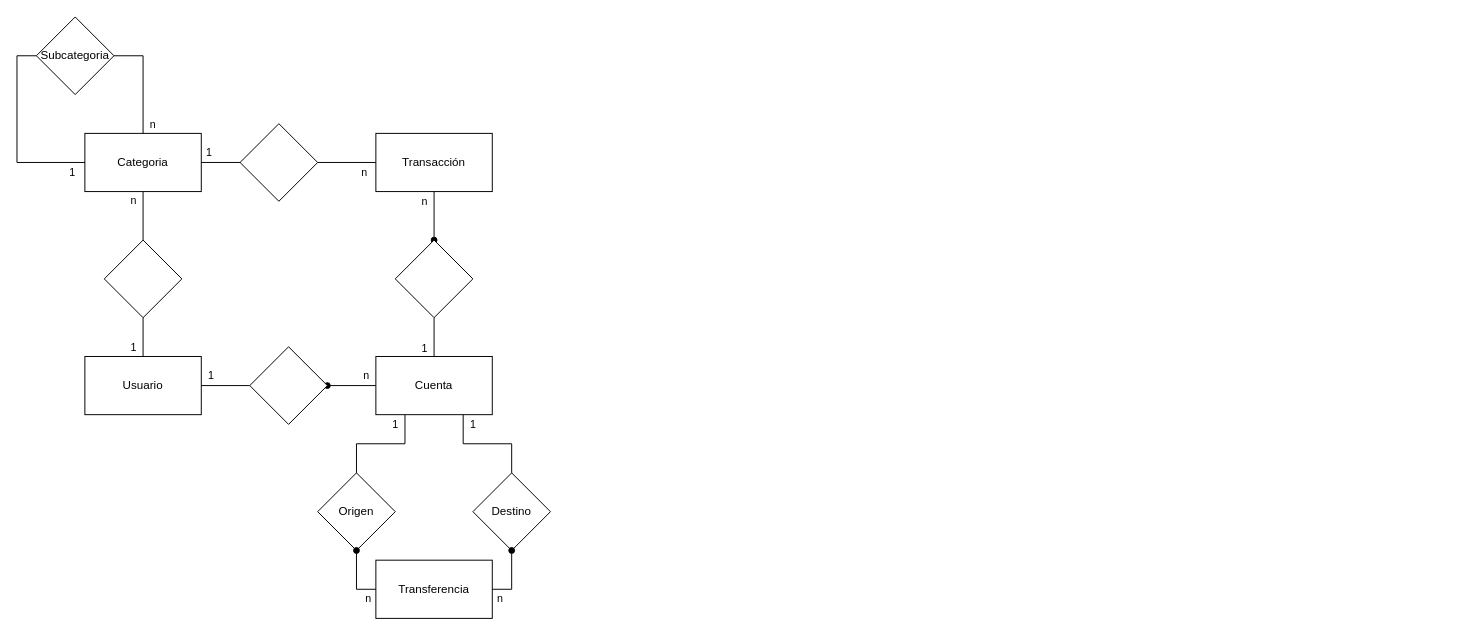
Nicolass2001/secret-project keeps this draw.io diagram as data-base.drawio. Above is the earlier version. Source tidied: cells renumbered, new cells numbered last; positions are measured from the earlier drawing's top-left corner, leaving out a move shared by most shapes. Both pictures are drawn from the tidied source at 97%, with x=0, y=0 at pixel (36, 16).
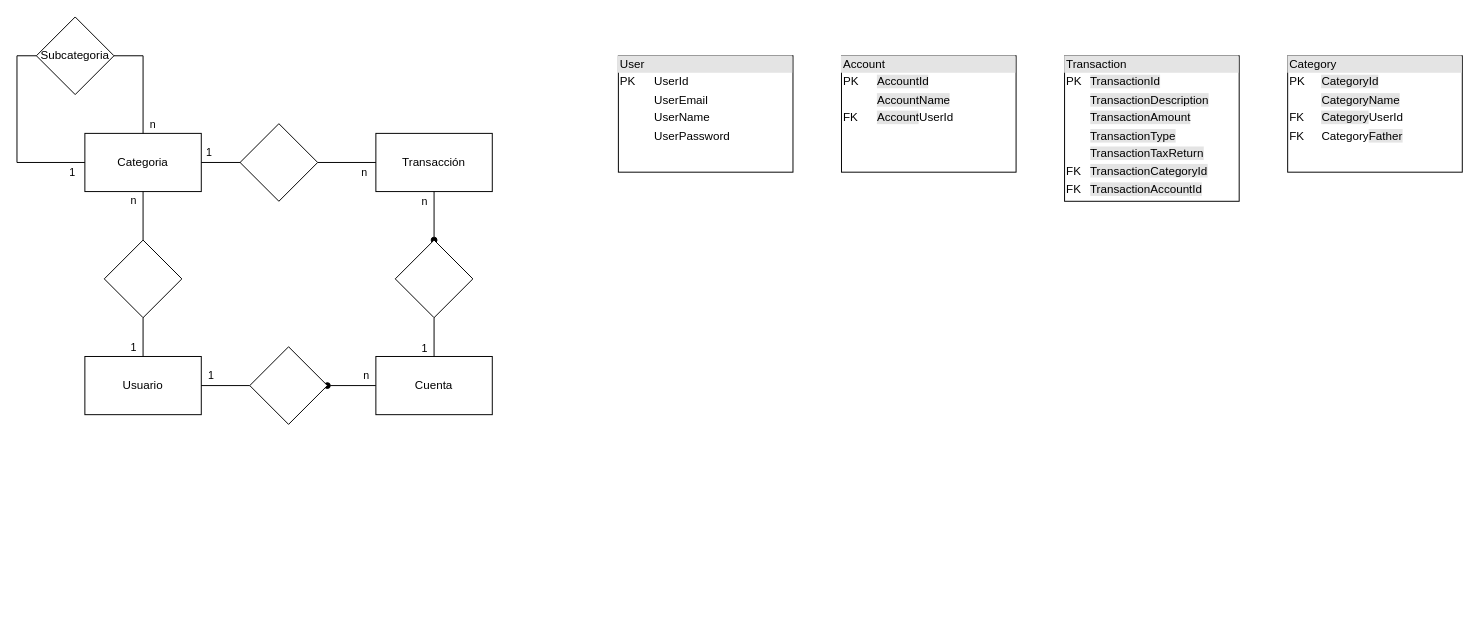
The same page after the edit.

The change refers to these unchanged cells:
```xml
<mxCell id="4" value="Cuenta" style="rounded=0;whiteSpace=wrap;html=1;" parent="1" vertex="1">
  <mxGeometry x="350" y="350" width="120" height="60" as="geometry" />
</mxCell>
```

The edit, as a diff of the source:
```diff
@@
-    <mxCell id="11" value="Transferencia" style="rounded=0;whiteSpace=wrap;html=1;" parent="1" vertex="1">
-      <mxGeometry x="350" y="560" width="120" height="60" as="geometry" />
-    </mxCell>
-    <mxCell id="12" value="Origen" style="rhombus;whiteSpace=wrap;html=1;" parent="1" vertex="1">
-      <mxGeometry x="290" y="470" width="80" height="80" as="geometry" />
-    </mxCell>
-    <mxCell id="13" value="n" style="edgeStyle=orthogonalEdgeStyle;rounded=0;jettySize=auto;html=1;endArrow=oval;endFill=1;entryX=0.5;entryY=1;entryDx=0;entryDy=0;exitX=0;exitY=0.5;exitDx=0;exitDy=0;" parent="1" edge="1" source="11" target="12">
-      <mxGeometry x="-0.75" y="10" relative="1" as="geometry" />
-    </mxCell>
-    <mxCell id="14" value="1" style="edgeStyle=orthogonalEdgeStyle;rounded=0;jettySize=auto;html=1;endArrow=none;endFill=0;entryX=0.25;entryY=1;entryDx=0;entryDy=0;exitX=0.5;exitY=0;exitDx=0;exitDy=0;" parent="1" edge="1" source="12" target="4">
-      <mxGeometry x="0.82" y="10" relative="1" as="geometry" />
-    </mxCell>
-    <mxCell id="15" value="Destino" style="rhombus;whiteSpace=wrap;html=1;" parent="1" vertex="1">
-      <mxGeometry x="450" y="470" width="80" height="80" as="geometry" />
-    </mxCell>
-    <mxCell id="16" value="n" style="edgeStyle=orthogonalEdgeStyle;rounded=0;jettySize=auto;html=1;endArrow=oval;endFill=1;entryX=0.5;entryY=1;entryDx=0;entryDy=0;exitX=1;exitY=0.5;exitDx=0;exitDy=0;" parent="1" edge="1" source="11" target="15">
-      <mxGeometry x="-0.75" y="-10" relative="1" as="geometry" />
-    </mxCell>
-    <mxCell id="17" value="1" style="edgeStyle=orthogonalEdgeStyle;rounded=0;jettySize=auto;html=1;endArrow=none;endFill=0;entryX=0.75;entryY=1;entryDx=0;entryDy=0;exitX=0.5;exitY=0;exitDx=0;exitDy=0;" parent="1" edge="1" source="15" target="4">
-      <mxGeometry x="0.82" y="-10" relative="1" as="geometry" />
-    </mxCell>
@@
+    <mxCell id="28" value="&lt;div style=&quot;box-sizing:border-box;width:100%;background:#e4e4e4;padding:2px;&quot;&gt;User&lt;/div&gt;&lt;table style=&quot;width:100%;font-size:1em;&quot; cellpadding=&quot;2&quot; cellspacing=&quot;0&quot;&gt;&lt;tbody&gt;&lt;tr&gt;&lt;td&gt;PK&lt;/td&gt;&lt;td&gt;UserId&lt;span style=&quot;white-space: pre;&quot;&gt;&#9;&lt;/span&gt;&lt;/td&gt;&lt;/tr&gt;&lt;tr&gt;&lt;td&gt;&lt;br&gt;&lt;/td&gt;&lt;td&gt;UserEmail&lt;/td&gt;&lt;/tr&gt;&lt;tr&gt;&lt;td&gt;&lt;br&gt;&lt;/td&gt;&lt;td&gt;UserName&lt;br&gt;&lt;/td&gt;&lt;/tr&gt;&lt;tr&gt;&lt;td&gt;&lt;/td&gt;&lt;td&gt;UserPassword&lt;/td&gt;&lt;/tr&gt;&lt;/tbody&gt;&lt;/table&gt;" style="verticalAlign=top;align=left;overflow=fill;html=1;whiteSpace=wrap;" parent="1" vertex="1">
+      <mxGeometry x="600" y="40" width="180" height="120" as="geometry" />
+    </mxCell>
+    <mxCell id="29" value="&lt;div style=&quot;box-sizing:border-box;width:100%;background:#e4e4e4;padding:2px;&quot;&gt;Account&lt;/div&gt;&lt;table style=&quot;width:100%;font-size:1em;&quot; cellpadding=&quot;2&quot; cellspacing=&quot;0&quot;&gt;&lt;tbody&gt;&lt;tr&gt;&lt;td&gt;PK&lt;/td&gt;&lt;td&gt;&lt;span style=&quot;background-color: rgb(228, 228, 228);&quot;&gt;AccountId&lt;/span&gt;&lt;br&gt;&lt;/td&gt;&lt;/tr&gt;&lt;tr&gt;&lt;td&gt;&lt;br&gt;&lt;/td&gt;&lt;td&gt;&lt;span style=&quot;background-color: rgb(228, 228, 228);&quot;&gt;AccountName&lt;/span&gt;&lt;br&gt;&lt;/td&gt;&lt;/tr&gt;&lt;tr&gt;&lt;td&gt;FK&lt;/td&gt;&lt;td&gt;&lt;span style=&quot;background-color: rgb(228, 228, 228);&quot;&gt;Account&lt;/span&gt;UserId&lt;/td&gt;&lt;/tr&gt;&lt;/tbody&gt;&lt;/table&gt;" style="verticalAlign=top;align=left;overflow=fill;html=1;whiteSpace=wrap;" parent="1" vertex="1">
+      <mxGeometry x="830" y="40" width="180" height="120" as="geometry" />
+    </mxCell>
+    <mxCell id="30" value="&lt;div style=&quot;box-sizing:border-box;width:100%;background:#e4e4e4;padding:2px;&quot;&gt;Transaction&lt;br&gt;&lt;/div&gt;&lt;table style=&quot;width:100%;font-size:1em;&quot; cellpadding=&quot;2&quot; cellspacing=&quot;0&quot;&gt;&lt;tbody&gt;&lt;tr&gt;&lt;td&gt;PK&lt;/td&gt;&lt;td&gt;&lt;span style=&quot;background-color: rgb(228, 228, 228);&quot;&gt;TransactionId&lt;/span&gt;&lt;br&gt;&lt;/td&gt;&lt;/tr&gt;&lt;tr&gt;&lt;td&gt;&lt;br&gt;&lt;/td&gt;&lt;td&gt;&lt;span style=&quot;background-color: rgb(228, 228, 228);&quot;&gt;TransactionDescription&lt;/span&gt;&lt;br&gt;&lt;/td&gt;&lt;/tr&gt;&lt;tr&gt;&lt;td&gt;&lt;br&gt;&lt;/td&gt;&lt;td&gt;&lt;span style=&quot;background-color: rgb(228, 228, 228);&quot;&gt;TransactionAmount&lt;/span&gt;&lt;br&gt;&lt;/td&gt;&lt;/tr&gt;&lt;tr&gt;&lt;td&gt;&lt;br&gt;&lt;/td&gt;&lt;td&gt;&lt;span style=&quot;background-color: rgb(228, 228, 228);&quot;&gt;TransactionType&lt;/span&gt;&lt;br&gt;&lt;/td&gt;&lt;/tr&gt;&lt;tr&gt;&lt;td&gt;&lt;br&gt;&lt;/td&gt;&lt;td&gt;&lt;span style=&quot;background-color: rgb(228, 228, 228);&quot;&gt;TransactionTaxReturn&lt;/span&gt;&lt;br&gt;&lt;/td&gt;&lt;/tr&gt;&lt;tr&gt;&lt;td&gt;FK&lt;/td&gt;&lt;td&gt;&lt;span style=&quot;background-color: rgb(228, 228, 228);&quot;&gt;Transaction&lt;/span&gt;&lt;span style=&quot;background-color: rgb(228, 228, 228);&quot;&gt;CategoryId&lt;/span&gt;&lt;br&gt;&lt;/td&gt;&lt;/tr&gt;&lt;tr&gt;&lt;td&gt;FK&lt;/td&gt;&lt;td&gt;&lt;span style=&quot;background-color: rgb(228, 228, 228);&quot;&gt;Transaction&lt;/span&gt;&lt;span style=&quot;background-color: rgb(228, 228, 228);&quot;&gt;AccountId&lt;/span&gt;&lt;br&gt;&lt;/td&gt;&lt;/tr&gt;&lt;/tbody&gt;&lt;/table&gt;" style="verticalAlign=top;align=left;overflow=fill;html=1;whiteSpace=wrap;" parent="1" vertex="1">
+      <mxGeometry x="1060" y="40" width="180" height="150" as="geometry" />
+    </mxCell>
+    <mxCell id="31" value="&lt;div style=&quot;box-sizing:border-box;width:100%;background:#e4e4e4;padding:2px;&quot;&gt;Category&lt;/div&gt;&lt;table style=&quot;width:100%;font-size:1em;&quot; cellpadding=&quot;2&quot; cellspacing=&quot;0&quot;&gt;&lt;tbody&gt;&lt;tr&gt;&lt;td&gt;PK&lt;/td&gt;&lt;td&gt;&lt;span style=&quot;background-color: rgb(228, 228, 228);&quot;&gt;CategoryId&lt;/span&gt;&lt;br&gt;&lt;/td&gt;&lt;/tr&gt;&lt;tr&gt;&lt;td&gt;&lt;br&gt;&lt;/td&gt;&lt;td&gt;&lt;span style=&quot;background-color: rgb(228, 228, 228);&quot;&gt;CategoryName&lt;/span&gt;&lt;br&gt;&lt;/td&gt;&lt;/tr&gt;&lt;tr&gt;&lt;td&gt;FK&lt;/td&gt;&lt;td&gt;&lt;span style=&quot;background-color: rgb(228, 228, 228);&quot;&gt;Category&lt;/span&gt;UserId&lt;/td&gt;&lt;/tr&gt;&lt;tr&gt;&lt;td&gt;FK&lt;/td&gt;&lt;td&gt;Category&lt;span style=&quot;background-color: rgb(228, 228, 228);&quot;&gt;Father&lt;/span&gt;&lt;/td&gt;&lt;/tr&gt;&lt;/tbody&gt;&lt;/table&gt;" style="verticalAlign=top;align=left;overflow=fill;html=1;whiteSpace=wrap;" parent="1" vertex="1">
+      <mxGeometry x="1290" y="40" width="180" height="120" as="geometry" />
+    </mxCell>
```
